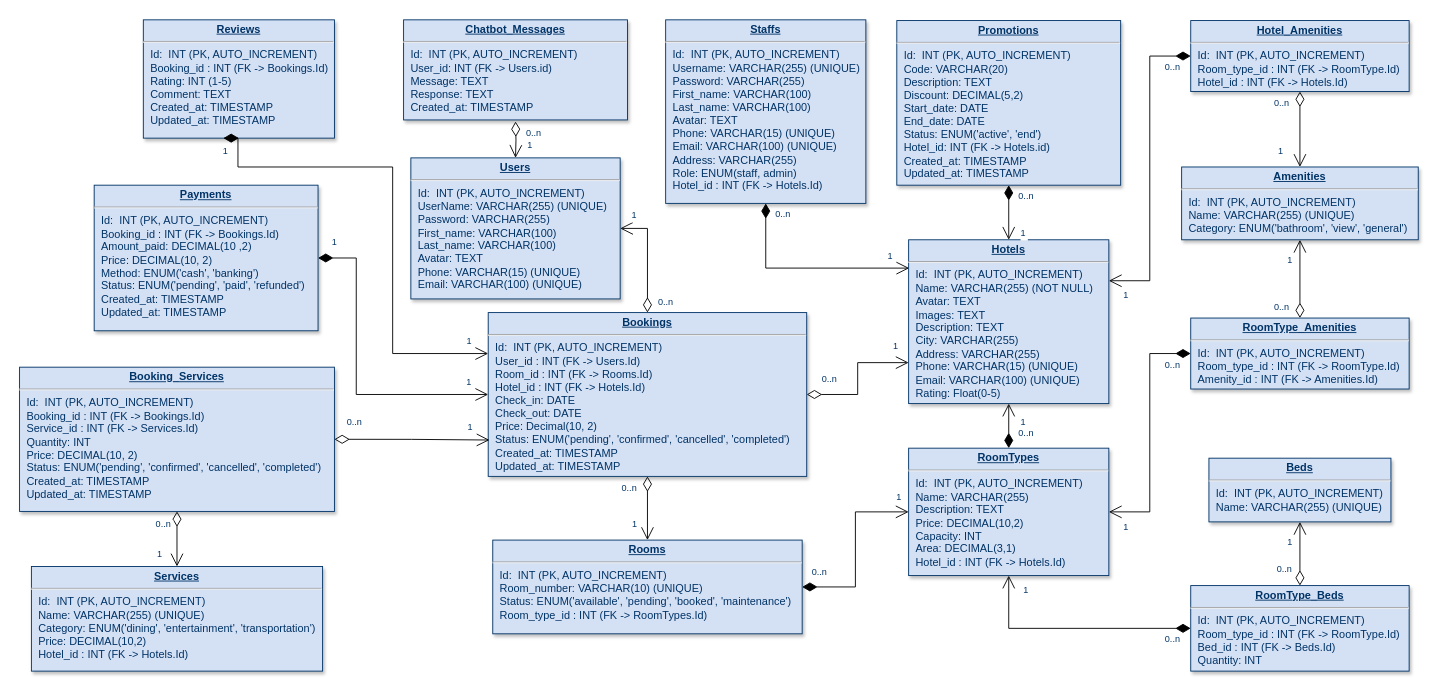
Earlier version of the draw.io diagram documents/Database.drawio (Kuwado/Do_An). Source tidied: cells renumbered, new cells numbered last; positions are measured from the earlier drawing's top-left corner, leaving out a move shared by most shapes. Both pictures are drawn from the tidied source at 91%, with x=0, y=0 at pixel (19, 19).
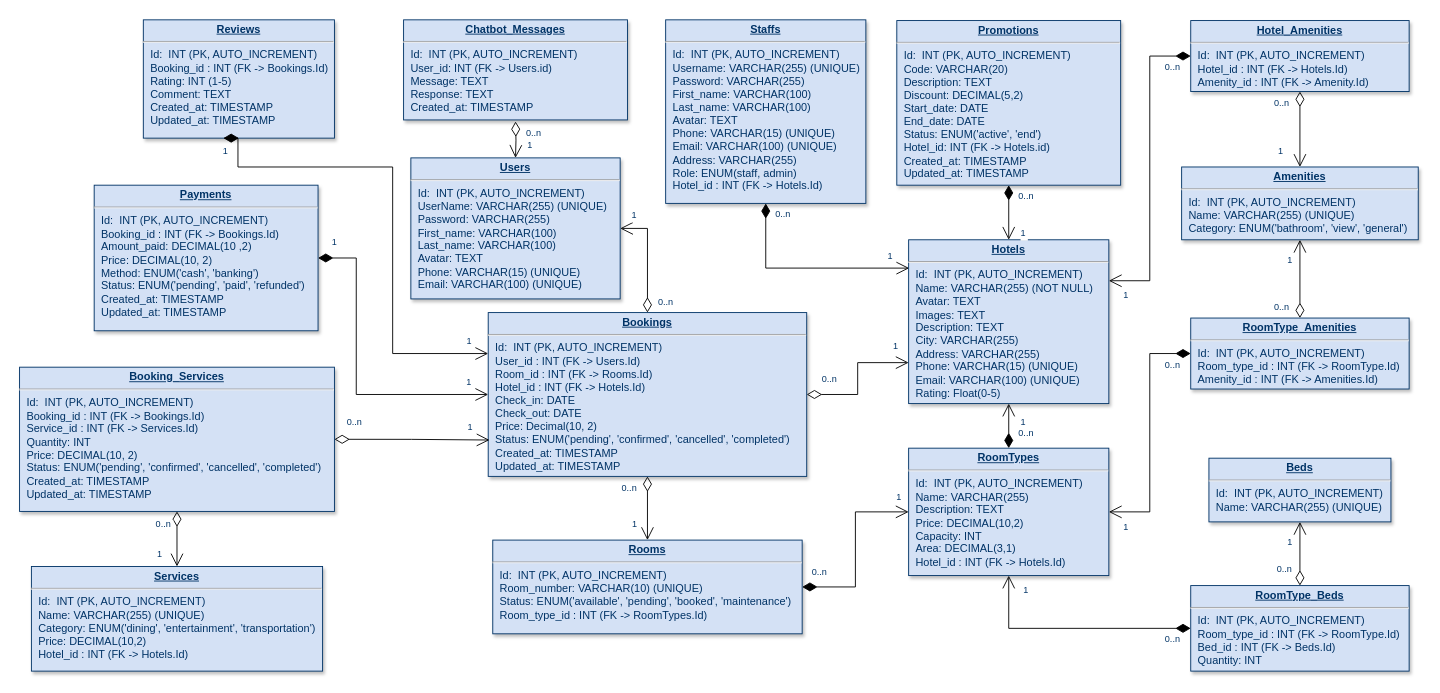
After the change.

The edit, as a diff of the source:
```diff
@@
-    <mxCell id="16" value="&lt;p style=&quot;margin: 4px 0px 0px; text-align: center;&quot;&gt;&lt;b&gt;&lt;u&gt;Hotel_Amenities&lt;/u&gt;&lt;/b&gt;&lt;/p&gt;&lt;hr&gt;&lt;p style=&quot;margin: 0px; margin-left: 8px;&quot;&gt;Id:&amp;nbsp;&amp;nbsp;INT (PK, AUTO_INCREMENT)&lt;br&gt;&lt;/p&gt;&lt;p style=&quot;margin: 0px 0px 0px 8px;&quot;&gt;Room_type_id :&amp;nbsp;INT (FK -&amp;gt; RoomType.Id)&lt;/p&gt;&lt;p style=&quot;margin: 0px 0px 0px 8px;&quot;&gt;Hotel_id :&amp;nbsp;INT (FK -&amp;gt; Hotels.Id)&lt;/p&gt;" style="verticalAlign=top;align=left;overflow=fill;fontSize=12;fontFamily=Helvetica;html=1;strokeColor=#003366;shadow=1;fillColor=#D4E1F5;fontColor=#003366;" parent="1" vertex="1">
+    <mxCell id="16" value="&lt;p style=&quot;margin: 4px 0px 0px; text-align: center;&quot;&gt;&lt;b&gt;&lt;u&gt;Hotel_Amenities&lt;/u&gt;&lt;/b&gt;&lt;/p&gt;&lt;hr&gt;&lt;p style=&quot;margin: 0px; margin-left: 8px;&quot;&gt;Id:&amp;nbsp;&amp;nbsp;INT (PK, AUTO_INCREMENT)&lt;br&gt;&lt;/p&gt;&lt;p style=&quot;margin: 0px; margin-left: 8px;&quot;&gt;Hotel_id :&amp;nbsp;INT (FK -&amp;gt; Hotels.Id)&lt;/p&gt;&lt;p style=&quot;margin: 0px 0px 0px 8px;&quot;&gt;Amenity_id :&amp;nbsp;INT (FK -&amp;gt; Amenity.Id)&lt;/p&gt;" style="verticalAlign=top;align=left;overflow=fill;fontSize=12;fontFamily=Helvetica;html=1;strokeColor=#003366;shadow=1;fillColor=#D4E1F5;fontColor=#003366;" parent="1" vertex="1">
       <mxGeometry x="1287" y="1.1" width="240" height="78" as="geometry" />
     </mxCell>
```
